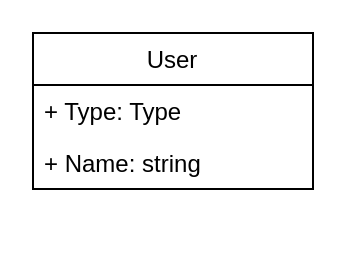
Above: Assets/UML_Diagrams/User.drawio in ProgramacionII-Equipo3/Proyecto (draw.io), before the change. Source tidied: cells renumbered, new cells numbered last; positions are measured from the earlier drawing's top-left corner, leaving out a move shared by most shapes. Both pictures are drawn from the tidied source at 200%, with x=0, y=0 at pixel (32, 32).
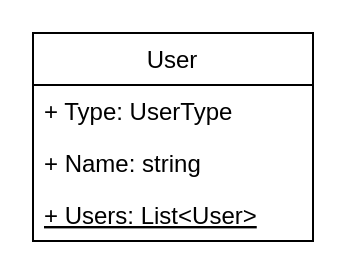
After the change.

What changed in the source:
```diff
@@
 <mxGraphModel>
   <root>
     <mxCell id="0" />
     <mxCell id="1" parent="0" />
     <mxCell id="2" value="User" style="swimlane;fontStyle=0;horizontal=1;startSize=26;fillColor=none;" parent="1" vertex="1">
-      <mxGeometry width="140" height="78" as="geometry" />
+      <mxGeometry width="140" height="104" as="geometry" />
     </mxCell>
-    <mxCell id="3" value="+ Type: Type" style="text;strokeColor=none;fillColor=none;align=left;verticalAlign=top;spacingLeft=4;spacingRight=4;overflow=hidden;" parent="2" vertex="1">
+    <mxCell id="3" value="+ Type: UserType" style="text;strokeColor=none;fillColor=none;align=left;verticalAlign=top;spacingLeft=4;spacingRight=4;overflow=hidden;" parent="2" vertex="1">
       <mxGeometry y="26" width="140" height="26" as="geometry" />
     </mxCell>
     <mxCell id="4" value="+ Name: string" style="text;strokeColor=none;fillColor=none;align=left;verticalAlign=top;spacingLeft=4;spacingRight=4;overflow=hidden;" parent="2" vertex="1">
       <mxGeometry y="52" width="140" height="26" as="geometry" />
     </mxCell>
+    <mxCell id="5" value="+ Users: List&lt;User&gt;" style="text;strokeColor=none;fillColor=none;align=left;verticalAlign=top;spacingLeft=4;spacingRight=4;overflow=hidden;fontStyle=4;" parent="2" vertex="1">
+      <mxGeometry y="78" width="140" height="26" as="geometry" />
+    </mxCell>
   </root>
 </mxGraphModel>
```
